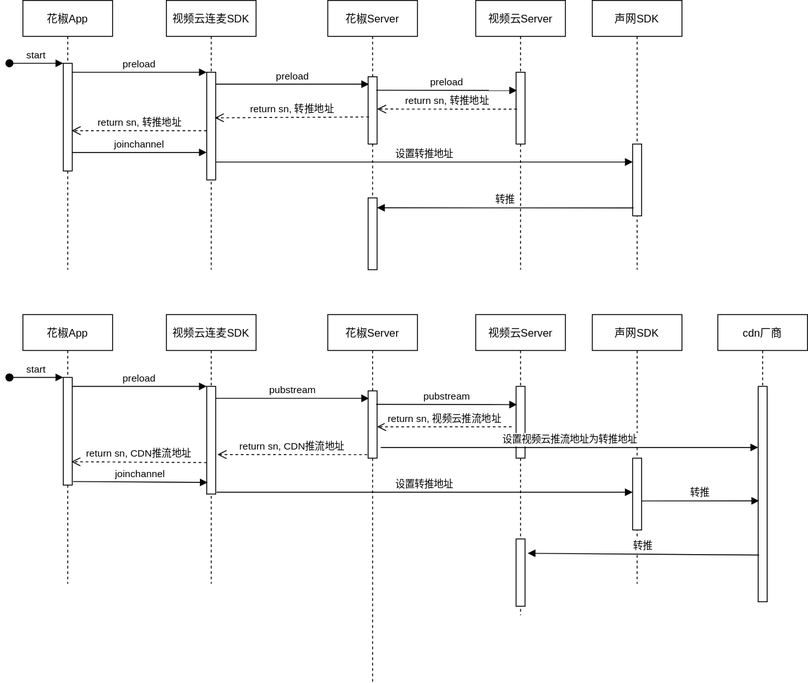
This is pepper/Untitled Diagram.drawio.svg from wclssdn/draw.io, a draw.io export, as it was before one commit. Source tidied: cells renumbered, new cells last; positions are measured from the earlier drawing's top-left corner, leaving out a move shared by most shapes.
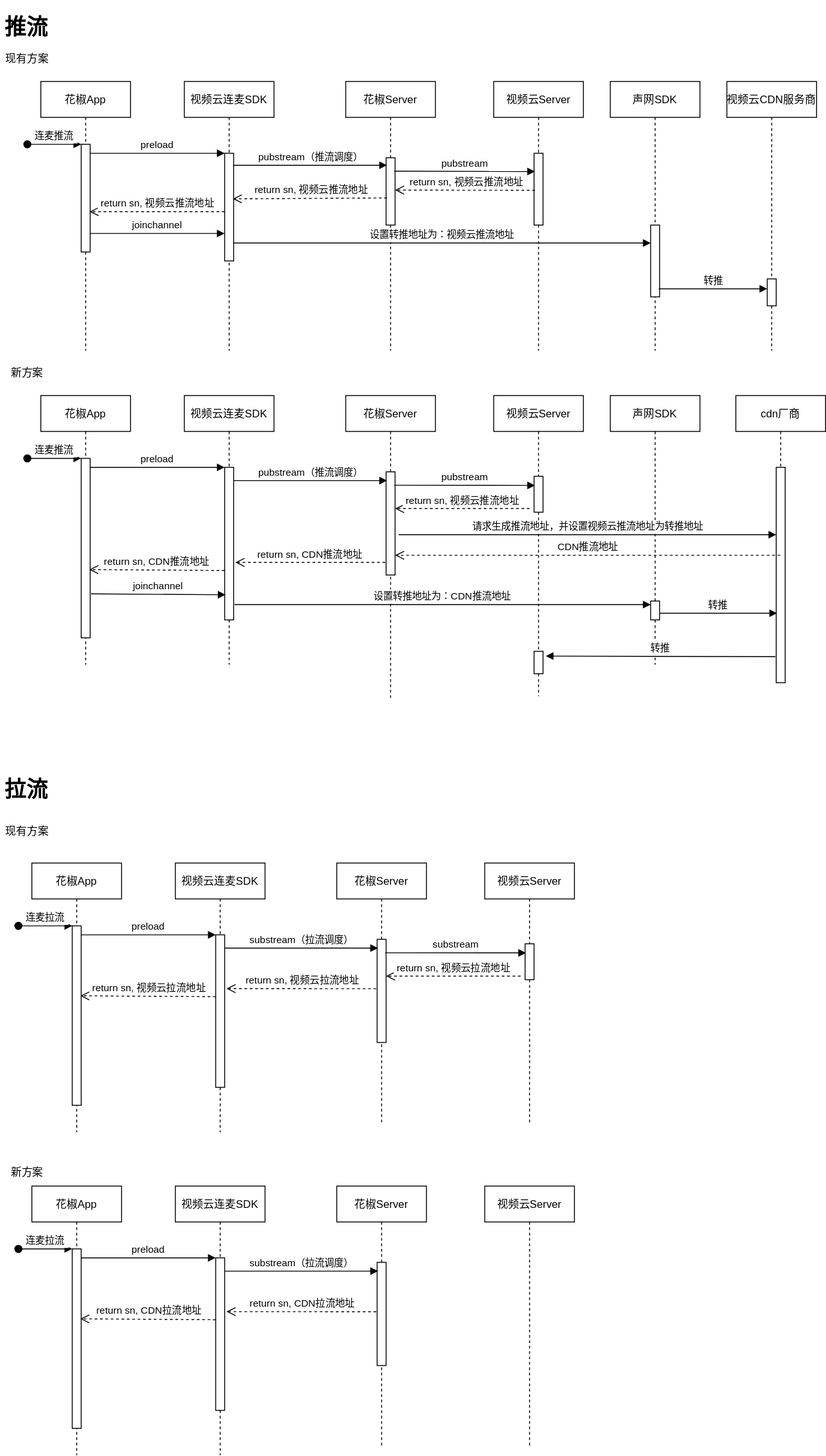
Later version of the same file.

Diff of the diagram source:
```diff
@@ -10,3 +10,3 @@
     </mxCell>
-    <mxCell id="4" value="start" style="verticalAlign=bottom;startArrow=oval;endArrow=block;startSize=8;shadow=0;strokeWidth=1;" parent="2" edge="1" target="3">
+    <mxCell id="4" value="连麦推流" style="verticalAlign=bottom;startArrow=oval;endArrow=block;startSize=8;shadow=0;strokeWidth=1;" parent="2" edge="1" target="3">
       <mxGeometry relative="1" as="geometry">
@@ -36,9 +36,6 @@
     </mxCell>
-    <mxCell id="12" style="perimeter=orthogonalPerimeter;rounded=0;shadow=0;strokeWidth=1;" parent="10" vertex="1">
-      <mxGeometry x="45" y="220" width="10" height="80" as="geometry" />
-    </mxCell>
-    <mxCell id="13" value="preload" style="verticalAlign=bottom;endArrow=block;shadow=0;strokeWidth=1;entryX=0.1;entryY=0.111;entryDx=0;entryDy=0;entryPerimeter=0;" parent="1" edge="1" source="6" target="11">
+    <mxCell id="13" value="pubstream（推流调度）" style="verticalAlign=bottom;endArrow=block;shadow=0;strokeWidth=1;entryX=0.1;entryY=0.111;entryDx=0;entryDy=0;entryPerimeter=0;" parent="1" edge="1" source="6" target="11">
       <mxGeometry relative="1" as="geometry" />
     </mxCell>
-    <mxCell id="14" value="&amp;nbsp;return sn, 转推地址&amp;nbsp;" style="html=1;verticalAlign=bottom;endArrow=open;dashed=1;endSize=8;rounded=0;" parent="1" edge="1">
+    <mxCell id="14" value="&amp;nbsp;return sn, 视频云推流地址" style="html=1;verticalAlign=bottom;endArrow=open;dashed=1;endSize=8;rounded=0;" parent="1" edge="1">
       <mxGeometry relative="1" as="geometry">
@@ -48,3 +45,3 @@
     </mxCell>
-    <mxCell id="15" value="设置转推地址" style="verticalAlign=bottom;endArrow=block;shadow=0;strokeWidth=1;" parent="1" edge="1" source="6" target="9">
+    <mxCell id="15" value="设置转推地址为：视频云推流地址" style="verticalAlign=bottom;endArrow=block;shadow=0;strokeWidth=1;" parent="1" edge="1" source="6" target="9">
       <mxGeometry relative="1" as="geometry">
@@ -55,3 +52,3 @@
     </mxCell>
-    <mxCell id="16" value="&amp;nbsp;return sn, 转推地址&amp;nbsp;" style="html=1;verticalAlign=bottom;endArrow=open;dashed=1;endSize=8;rounded=0;entryX=0.933;entryY=0.553;entryDx=0;entryDy=0;entryPerimeter=0;" parent="1" edge="1">
+    <mxCell id="16" value="&amp;nbsp;return sn, 视频云推流地址&amp;nbsp;" style="html=1;verticalAlign=bottom;endArrow=open;dashed=1;endSize=8;rounded=0;entryX=0.933;entryY=0.553;entryDx=0;entryDy=0;entryPerimeter=0;" parent="1" edge="1">
       <mxGeometry relative="1" as="geometry">
@@ -73,3 +70,3 @@
     </mxCell>
-    <mxCell id="20" value="preload" style="verticalAlign=bottom;endArrow=block;shadow=0;strokeWidth=1;entryX=0.1;entryY=0.254;entryDx=0;entryDy=0;entryPerimeter=0;" parent="1" edge="1" target="19">
+    <mxCell id="20" value="pubstream" style="verticalAlign=bottom;endArrow=block;shadow=0;strokeWidth=1;entryX=0.1;entryY=0.254;entryDx=0;entryDy=0;entryPerimeter=0;" parent="1" edge="1" target="19">
       <mxGeometry relative="1" as="geometry">
@@ -78,3 +75,3 @@
     </mxCell>
-    <mxCell id="21" value="&amp;nbsp;return sn, 转推地址&amp;nbsp;" style="html=1;verticalAlign=bottom;endArrow=open;dashed=1;endSize=8;rounded=0;exitX=0.1;exitY=0.515;exitDx=0;exitDy=0;exitPerimeter=0;" parent="1" edge="1" source="19">
+    <mxCell id="21" value="&amp;nbsp;return sn, 视频云推流地址" style="html=1;verticalAlign=bottom;endArrow=open;dashed=1;endSize=8;rounded=0;exitX=0.1;exitY=0.515;exitDx=0;exitDy=0;exitPerimeter=0;" parent="1" edge="1" source="19">
       <mxGeometry relative="1" as="geometry">
@@ -93,5 +90,5 @@
     <mxCell id="25" style="points=[];perimeter=orthogonalPerimeter;rounded=0;shadow=0;strokeWidth=1;" parent="24" vertex="1">
-      <mxGeometry x="45" y="70" width="10" height="120" as="geometry" />
+      <mxGeometry x="45" y="70" width="10" height="200" as="geometry" />
     </mxCell>
-    <mxCell id="26" value="start" style="verticalAlign=bottom;startArrow=oval;endArrow=block;startSize=8;shadow=0;strokeWidth=1;" parent="24" edge="1" target="25">
+    <mxCell id="26" value="连麦推流" style="verticalAlign=bottom;startArrow=oval;endArrow=block;startSize=8;shadow=0;strokeWidth=1;" parent="24" edge="1" target="25">
       <mxGeometry relative="1" as="geometry">
@@ -104,3 +101,3 @@
     <mxCell id="28" style="points=[];perimeter=orthogonalPerimeter;rounded=0;shadow=0;strokeWidth=1;" parent="27" vertex="1">
-      <mxGeometry x="45" y="80" width="10" height="120" as="geometry" />
+      <mxGeometry x="45" y="80" width="10" height="170" as="geometry" />
     </mxCell>
@@ -113,12 +110,15 @@
     <mxCell id="31" style="perimeter=orthogonalPerimeter;rounded=0;shadow=0;strokeWidth=1;" parent="30" vertex="1">
-      <mxGeometry x="45" y="160" width="10" height="80" as="geometry" />
+      <mxGeometry x="45" y="229" width="10" height="21" as="geometry" />
     </mxCell>
     <mxCell id="32" value="花椒Server" style="shape=umlLifeline;perimeter=lifelinePerimeter;rounded=0;shadow=0;strokeWidth=1;" parent="1" vertex="1">
-      <mxGeometry x="355" y="350" width="100" height="410" as="geometry" />
+      <mxGeometry x="355" y="350" width="100" height="340" as="geometry" />
     </mxCell>
     <mxCell id="33" style="points=[];perimeter=orthogonalPerimeter;rounded=0;shadow=0;strokeWidth=1;" parent="32" vertex="1">
-      <mxGeometry x="45" y="85" width="10" height="75" as="geometry" />
+      <mxGeometry x="45" y="85" width="10" height="115" as="geometry" />
     </mxCell>
-    <mxCell id="34" value="pubstream" style="verticalAlign=bottom;endArrow=block;shadow=0;strokeWidth=1;entryX=0.1;entryY=0.111;entryDx=0;entryDy=0;entryPerimeter=0;" parent="1" edge="1" source="28" target="33">
-      <mxGeometry relative="1" as="geometry" />
+    <mxCell id="34" value="pubstream（推流调度）" style="verticalAlign=bottom;endArrow=block;shadow=0;strokeWidth=1;entryX=0.1;entryY=0.111;entryDx=0;entryDy=0;entryPerimeter=0;" parent="1" edge="1">
+      <mxGeometry relative="1" as="geometry">
+        <mxPoint x="230" y="444.8" as="sourcePoint" />
+        <mxPoint x="401" y="444.8" as="targetPoint" />
+      </mxGeometry>
     </mxCell>
@@ -126,10 +126,10 @@
       <mxGeometry relative="1" as="geometry">
-        <mxPoint x="399" y="506" as="sourcePoint" />
-        <mxPoint x="232" y="506" as="targetPoint" />
+        <mxPoint x="399" y="536" as="sourcePoint" />
+        <mxPoint x="232" y="536" as="targetPoint" />
       </mxGeometry>
     </mxCell>
-    <mxCell id="36" value="设置转推地址" style="verticalAlign=bottom;endArrow=block;shadow=0;strokeWidth=1;exitX=1.1;exitY=0.908;exitDx=0;exitDy=0;exitPerimeter=0;" parent="1" edge="1">
+    <mxCell id="36" value="设置转推地址为：CDN推流地址" style="verticalAlign=bottom;endArrow=block;shadow=0;strokeWidth=1;exitX=1.1;exitY=0.908;exitDx=0;exitDy=0;exitPerimeter=0;" parent="1" edge="1">
       <mxGeometry relative="1" as="geometry">
-        <mxPoint x="231" y="548" as="sourcePoint" />
-        <mxPoint x="695" y="548" as="targetPoint" />
+        <mxPoint x="231" y="583" as="sourcePoint" />
+        <mxPoint x="695" y="583" as="targetPoint" />
       </mxGeometry>
@@ -138,4 +138,4 @@
       <mxGeometry relative="1" as="geometry">
-        <mxPoint x="220" y="515" as="sourcePoint" />
-        <mxPoint x="69" y="514" as="targetPoint" />
+        <mxPoint x="220" y="545" as="sourcePoint" />
+        <mxPoint x="69" y="544" as="targetPoint" />
       </mxGeometry>
@@ -144,4 +144,4 @@
       <mxGeometry relative="1" as="geometry">
-        <mxPoint x="71" y="536" as="sourcePoint" />
-        <mxPoint x="221" y="537" as="targetPoint" />
+        <mxPoint x="71" y="571" as="sourcePoint" />
+        <mxPoint x="221" y="572" as="targetPoint" />
       </mxGeometry>
@@ -152,6 +152,6 @@
     <mxCell id="40" style="points=[];perimeter=orthogonalPerimeter;rounded=0;shadow=0;strokeWidth=1;" parent="39" vertex="1">
-      <mxGeometry x="45" y="80" width="10" height="80" as="geometry" />
+      <mxGeometry x="45" y="90" width="10" height="40" as="geometry" />
     </mxCell>
     <mxCell id="41" style="points=[];perimeter=orthogonalPerimeter;rounded=0;shadow=0;strokeWidth=1;" parent="39" vertex="1">
-      <mxGeometry x="45" y="250" width="10" height="75" as="geometry" />
+      <mxGeometry x="45" y="285" width="10" height="25" as="geometry" />
     </mxCell>
@@ -164,4 +164,4 @@
       <mxGeometry relative="1" as="geometry">
-        <mxPoint x="560" y="475" as="sourcePoint" />
-        <mxPoint x="410" y="475" as="targetPoint" />
+        <mxPoint x="560" y="476" as="sourcePoint" />
+        <mxPoint x="410" y="476" as="targetPoint" />
       </mxGeometry>
@@ -170,20 +170,156 @@
       <mxGeometry relative="1" as="geometry">
-        <mxPoint x="705.2" y="557.6" as="sourcePoint" />
-        <mxPoint x="836" y="557.6" as="targetPoint" />
+        <mxPoint x="705.2" y="592.6" as="sourcePoint" />
+        <mxPoint x="836" y="592.6" as="targetPoint" />
       </mxGeometry>
     </mxCell>
-    <mxCell id="45" value="转推" style="verticalAlign=bottom;endArrow=block;shadow=0;strokeWidth=1;exitX=0.1;exitY=0.783;exitDx=0;exitDy=0;exitPerimeter=0;entryX=1.3;entryY=0.213;entryDx=0;entryDy=0;entryPerimeter=0;" parent="1" edge="1" source="23" target="41">
+    <mxCell id="45" value="转推" style="verticalAlign=bottom;endArrow=block;shadow=0;strokeWidth=1;exitX=-0.1;exitY=0.879;exitDx=0;exitDy=0;exitPerimeter=0;entryX=1.3;entryY=0.213;entryDx=0;entryDy=0;entryPerimeter=0;" parent="1" edge="1" source="23" target="41">
       <mxGeometry relative="1" as="geometry" />
     </mxCell>
-    <mxCell id="46" value="转推" style="verticalAlign=bottom;endArrow=block;shadow=0;strokeWidth=1;exitX=0.1;exitY=0.89;exitDx=0;exitDy=0;exitPerimeter=0;" parent="1" edge="1" source="9">
-      <mxGeometry relative="1" as="geometry">
-        <mxPoint x="410" y="231" as="targetPoint" />
-      </mxGeometry>
+    <mxCell id="46" value="转推" style="verticalAlign=bottom;endArrow=block;shadow=0;strokeWidth=1;exitX=0.9;exitY=0.888;exitDx=0;exitDy=0;exitPerimeter=0;" parent="1" edge="1" source="9" target="50">
+      <mxGeometry relative="1" as="geometry" />
     </mxCell>
-    <mxCell id="47" value="设置视频云推流地址为转推地址" style="verticalAlign=bottom;endArrow=block;shadow=0;strokeWidth=1;exitX=1.4;exitY=0.667;exitDx=0;exitDy=0;exitPerimeter=0;" parent="1" edge="1">
+    <mxCell id="47" value="请求生成推流地址，并设置视频云推流地址为转推地址" style="verticalAlign=bottom;endArrow=block;shadow=0;strokeWidth=1;exitX=1.4;exitY=0.667;exitDx=0;exitDy=0;exitPerimeter=0;" parent="1" edge="1">
       <mxGeometry relative="1" as="geometry">
-        <mxPoint x="414" y="498" as="sourcePoint" />
-        <mxPoint x="835" y="498" as="targetPoint" />
+        <mxPoint x="414" y="505" as="sourcePoint" />
+        <mxPoint x="835" y="505" as="targetPoint" />
       </mxGeometry>
     </mxCell>
+    <mxCell id="48" value="现有方案" style="text;html=1;strokeColor=none;fillColor=none;align=center;verticalAlign=middle;whiteSpace=wrap;rounded=0;" parent="1" vertex="1">
+      <mxGeometry x="-30" y="-40" width="60" height="30" as="geometry" />
+    </mxCell>
+    <mxCell id="49" value="视频云CDN服务商" style="shape=umlLifeline;perimeter=lifelinePerimeter;rounded=0;shadow=0;strokeWidth=1;" parent="1" vertex="1">
+      <mxGeometry x="780" width="100" height="300" as="geometry" />
+    </mxCell>
+    <mxCell id="50" style="points=[];perimeter=orthogonalPerimeter;rounded=0;shadow=0;strokeWidth=1;" parent="49" vertex="1">
+      <mxGeometry x="45" y="220" width="10" height="30" as="geometry" />
+    </mxCell>
+    <mxCell id="51" value="CDN推流地址" style="html=1;verticalAlign=bottom;endArrow=open;dashed=1;endSize=8;rounded=1;entryX=1;entryY=0.748;entryDx=0;entryDy=0;entryPerimeter=0;" parent="1" edge="1">
+      <mxGeometry relative="1" as="geometry">
+        <mxPoint x="839.5" y="528" as="sourcePoint" />
+        <mxPoint x="410" y="528" as="targetPoint" />
+      </mxGeometry>
+    </mxCell>
+    <mxCell id="52" value="花椒App" style="shape=umlLifeline;perimeter=lifelinePerimeter;rounded=0;shadow=0;strokeWidth=1;" parent="1" vertex="1">
+      <mxGeometry x="5" y="871" width="100" height="300" as="geometry" />
+    </mxCell>
+    <mxCell id="53" style="points=[];perimeter=orthogonalPerimeter;rounded=0;shadow=0;strokeWidth=1;" parent="52" vertex="1">
+      <mxGeometry x="45" y="70" width="10" height="200" as="geometry" />
+    </mxCell>
+    <mxCell id="54" value="连麦拉流" style="verticalAlign=bottom;startArrow=oval;endArrow=block;startSize=8;shadow=0;strokeWidth=1;" parent="52" edge="1" target="53">
+      <mxGeometry relative="1" as="geometry">
+        <mxPoint x="-15" y="70" as="sourcePoint" />
+      </mxGeometry>
+    </mxCell>
+    <mxCell id="55" value="视频云连麦SDK" style="shape=umlLifeline;perimeter=lifelinePerimeter;rounded=0;shadow=0;strokeWidth=1;" parent="1" vertex="1">
+      <mxGeometry x="165" y="871" width="100" height="300" as="geometry" />
+    </mxCell>
+    <mxCell id="56" style="points=[];perimeter=orthogonalPerimeter;rounded=0;shadow=0;strokeWidth=1;" parent="55" vertex="1">
+      <mxGeometry x="45" y="80" width="10" height="170" as="geometry" />
+    </mxCell>
+    <mxCell id="57" value="preload" style="verticalAlign=bottom;endArrow=block;entryX=0;entryY=0;shadow=0;strokeWidth=1;" parent="1" edge="1" source="53" target="56">
+      <mxGeometry relative="1" as="geometry" />
+    </mxCell>
+    <mxCell id="58" value="花椒Server" style="shape=umlLifeline;perimeter=lifelinePerimeter;rounded=0;shadow=0;strokeWidth=1;" parent="1" vertex="1">
+      <mxGeometry x="345" y="871" width="100" height="290" as="geometry" />
+    </mxCell>
+    <mxCell id="59" style="perimeter=orthogonalPerimeter;rounded=0;shadow=0;strokeWidth=1;" parent="58" vertex="1">
+      <mxGeometry x="45" y="85" width="10" height="115" as="geometry" />
+    </mxCell>
+    <mxCell id="60" value="substream（拉流调度）" style="verticalAlign=bottom;endArrow=block;shadow=0;strokeWidth=1;entryX=0.1;entryY=0.111;entryDx=0;entryDy=0;entryPerimeter=0;" parent="1" edge="1">
+      <mxGeometry relative="1" as="geometry">
+        <mxPoint x="220" y="965.8" as="sourcePoint" />
+        <mxPoint x="391" y="965.8" as="targetPoint" />
+      </mxGeometry>
+    </mxCell>
+    <mxCell id="61" value="&amp;nbsp;return sn, 视频云拉流地址" style="html=1;verticalAlign=bottom;endArrow=open;dashed=1;endSize=8;rounded=0;exitX=-0.1;exitY=0.827;exitDx=0;exitDy=0;exitPerimeter=0;entryX=1.2;entryY=0.558;entryDx=0;entryDy=0;entryPerimeter=0;" parent="1" edge="1">
+      <mxGeometry relative="1" as="geometry">
+        <mxPoint x="389" y="1011" as="sourcePoint" />
+        <mxPoint x="222" y="1011" as="targetPoint" />
+      </mxGeometry>
+    </mxCell>
+    <mxCell id="62" value="&amp;nbsp;return sn, 视频云拉流地址" style="html=1;verticalAlign=bottom;endArrow=open;dashed=1;endSize=8;rounded=0;entryX=0.9;entryY=0.708;entryDx=0;entryDy=0;entryPerimeter=0;exitX=0;exitY=0.633;exitDx=0;exitDy=0;exitPerimeter=0;" parent="1" edge="1">
+      <mxGeometry relative="1" as="geometry">
+        <mxPoint x="210" y="1020" as="sourcePoint" />
+        <mxPoint x="59" y="1019" as="targetPoint" />
+      </mxGeometry>
+    </mxCell>
+    <mxCell id="63" value="视频云Server" style="shape=umlLifeline;perimeter=lifelinePerimeter;rounded=0;shadow=0;strokeWidth=1;" parent="1" vertex="1">
+      <mxGeometry x="510" y="871" width="100" height="290" as="geometry" />
+    </mxCell>
+    <mxCell id="64" style="points=[];perimeter=orthogonalPerimeter;rounded=0;shadow=0;strokeWidth=1;" parent="63" vertex="1">
+      <mxGeometry x="45" y="90" width="10" height="40" as="geometry" />
+    </mxCell>
+    <mxCell id="65" value="substream" style="verticalAlign=bottom;endArrow=block;shadow=0;strokeWidth=1;entryX=0.1;entryY=0.254;entryDx=0;entryDy=0;entryPerimeter=0;" parent="1" edge="1" target="64">
+      <mxGeometry relative="1" as="geometry">
+        <mxPoint x="399" y="971" as="sourcePoint" />
+      </mxGeometry>
+    </mxCell>
+    <mxCell id="66" value="&amp;nbsp;return sn, 视频云拉流地址&amp;nbsp;" style="html=1;verticalAlign=bottom;endArrow=open;dashed=1;endSize=8;rounded=0;" parent="1" edge="1">
+      <mxGeometry relative="1" as="geometry">
+        <mxPoint x="550" y="997" as="sourcePoint" />
+        <mxPoint x="400" y="997" as="targetPoint" />
+      </mxGeometry>
+    </mxCell>
+    <mxCell id="67" value="花椒App" style="shape=umlLifeline;perimeter=lifelinePerimeter;rounded=0;shadow=0;strokeWidth=1;" parent="1" vertex="1">
+      <mxGeometry x="5" y="1231" width="100" height="300" as="geometry" />
+    </mxCell>
+    <mxCell id="68" style="points=[];perimeter=orthogonalPerimeter;rounded=0;shadow=0;strokeWidth=1;" parent="67" vertex="1">
+      <mxGeometry x="45" y="70" width="10" height="200" as="geometry" />
+    </mxCell>
+    <mxCell id="69" value="连麦拉流" style="verticalAlign=bottom;startArrow=oval;endArrow=block;startSize=8;shadow=0;strokeWidth=1;" parent="67" edge="1" target="68">
+      <mxGeometry relative="1" as="geometry">
+        <mxPoint x="-15" y="70" as="sourcePoint" />
+      </mxGeometry>
+    </mxCell>
+    <mxCell id="70" value="视频云连麦SDK" style="shape=umlLifeline;perimeter=lifelinePerimeter;rounded=0;shadow=0;strokeWidth=1;" parent="1" vertex="1">
+      <mxGeometry x="165" y="1231" width="100" height="300" as="geometry" />
+    </mxCell>
+    <mxCell id="71" style="points=[];perimeter=orthogonalPerimeter;rounded=0;shadow=0;strokeWidth=1;" parent="70" vertex="1">
+      <mxGeometry x="45" y="80" width="10" height="170" as="geometry" />
+    </mxCell>
+    <mxCell id="72" value="preload" style="verticalAlign=bottom;endArrow=block;entryX=0;entryY=0;shadow=0;strokeWidth=1;" parent="1" edge="1" source="68" target="71">
+      <mxGeometry relative="1" as="geometry" />
+    </mxCell>
+    <mxCell id="73" value="花椒Server" style="shape=umlLifeline;perimeter=lifelinePerimeter;rounded=0;shadow=0;strokeWidth=1;" parent="1" vertex="1">
+      <mxGeometry x="345" y="1231" width="100" height="290" as="geometry" />
+    </mxCell>
+    <mxCell id="74" style="perimeter=orthogonalPerimeter;rounded=0;shadow=0;strokeWidth=1;" parent="73" vertex="1">
+      <mxGeometry x="45" y="85" width="10" height="115" as="geometry" />
+    </mxCell>
+    <mxCell id="75" value="substream（拉流调度）" style="verticalAlign=bottom;endArrow=block;shadow=0;strokeWidth=1;entryX=0.1;entryY=0.111;entryDx=0;entryDy=0;entryPerimeter=0;" parent="1" edge="1">
+      <mxGeometry relative="1" as="geometry">
+        <mxPoint x="220" y="1325.8" as="sourcePoint" />
+        <mxPoint x="391" y="1325.8" as="targetPoint" />
+      </mxGeometry>
+    </mxCell>
+    <mxCell id="76" value="&amp;nbsp;return sn, CDN拉流地址" style="html=1;verticalAlign=bottom;endArrow=open;dashed=1;endSize=8;rounded=0;exitX=-0.1;exitY=0.827;exitDx=0;exitDy=0;exitPerimeter=0;entryX=1.2;entryY=0.558;entryDx=0;entryDy=0;entryPerimeter=0;" parent="1" edge="1">
+      <mxGeometry relative="1" as="geometry">
+        <mxPoint x="389" y="1371" as="sourcePoint" />
+        <mxPoint x="222" y="1371" as="targetPoint" />
+      </mxGeometry>
+    </mxCell>
+    <mxCell id="77" value="&amp;nbsp;return sn, CDN拉流地址" style="html=1;verticalAlign=bottom;endArrow=open;dashed=1;endSize=8;rounded=0;entryX=0.9;entryY=0.708;entryDx=0;entryDy=0;entryPerimeter=0;exitX=0;exitY=0.633;exitDx=0;exitDy=0;exitPerimeter=0;" parent="1" edge="1">
+      <mxGeometry relative="1" as="geometry">
+        <mxPoint x="210" y="1380" as="sourcePoint" />
+        <mxPoint x="59" y="1379" as="targetPoint" />
+      </mxGeometry>
+    </mxCell>
+    <mxCell id="78" value="视频云Server" style="shape=umlLifeline;perimeter=lifelinePerimeter;rounded=0;shadow=0;strokeWidth=1;" parent="1" vertex="1">
+      <mxGeometry x="510" y="1231" width="100" height="290" as="geometry" />
+    </mxCell>
+    <mxCell id="79" value="新方案" style="text;html=1;strokeColor=none;fillColor=none;align=center;verticalAlign=middle;whiteSpace=wrap;rounded=0;" parent="1" vertex="1">
+      <mxGeometry x="-30" y="310" width="60" height="30" as="geometry" />
+    </mxCell>
+    <mxCell id="80" value="新方案" style="text;html=1;strokeColor=none;fillColor=none;align=center;verticalAlign=middle;whiteSpace=wrap;rounded=0;" parent="1" vertex="1">
+      <mxGeometry x="-30" y="1201" width="60" height="30" as="geometry" />
+    </mxCell>
+    <mxCell id="81" value="现有方案" style="text;html=1;strokeColor=none;fillColor=none;align=center;verticalAlign=middle;whiteSpace=wrap;rounded=0;" parent="1" vertex="1">
+      <mxGeometry x="-30" y="821" width="60" height="30" as="geometry" />
+    </mxCell>
+    <mxCell id="82" value="&lt;h1&gt;拉流&lt;/h1&gt;" style="text;html=1;strokeColor=none;fillColor=none;spacing=5;spacingTop=-20;whiteSpace=wrap;overflow=hidden;rounded=0;" parent="1" vertex="1">
+      <mxGeometry x="-30" y="770" width="70" height="40" as="geometry" />
+    </mxCell>
+    <mxCell id="83" value="&lt;h1&gt;推流&lt;/h1&gt;" style="text;html=1;strokeColor=none;fillColor=none;spacing=5;spacingTop=-20;whiteSpace=wrap;overflow=hidden;rounded=0;" parent="1" vertex="1">
+      <mxGeometry x="-30" y="-80" width="70" height="40" as="geometry" />
+    </mxCell>
   </root>
```
